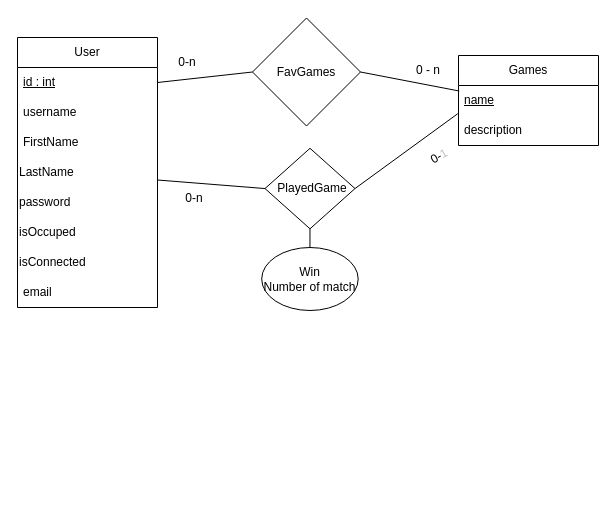
Before: BDD-schema.drawio in tagadouille/site-de-jeu, a draw.io diagram. Source tidied: cells renumbered, new cells numbered last; positions are measured from the earlier drawing's top-left corner, leaving out a move shared by most shapes. Both pictures are drawn from the tidied source at 100%, with x=0, y=0 at pixel (17, 17).
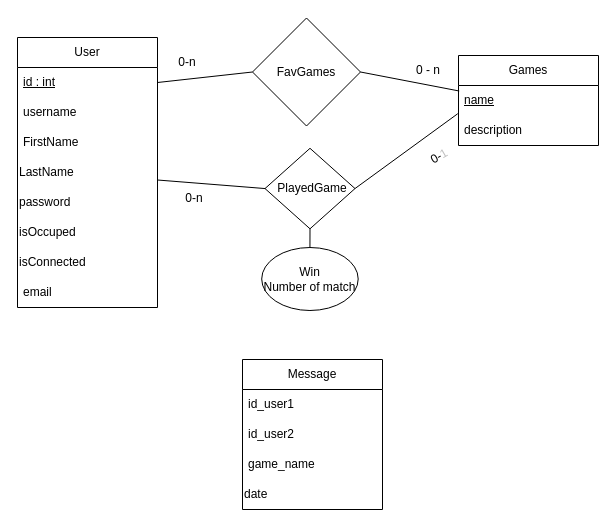
Above is the later version.

Change to the diagram source:
```diff
@@
+    <mxCell id="27" value="Message" style="swimlane;fontStyle=0;horizontal=1;startSize=30;whiteSpace=wrap;html=1;" parent="1" vertex="1">
+      <mxGeometry x="225" y="342" width="140" height="150" as="geometry" />
+    </mxCell>
+    <mxCell id="28" value="id_user1" style="text;strokeColor=none;fillColor=none;align=left;verticalAlign=middle;spacingLeft=4;spacingRight=4;overflow=hidden;whiteSpace=wrap;html=1;" parent="27" vertex="1">
+      <mxGeometry y="30" width="140" height="30" as="geometry" />
+    </mxCell>
+    <mxCell id="29" value="id_user2" style="text;strokeColor=none;fillColor=none;align=left;verticalAlign=middle;spacingLeft=4;spacingRight=4;overflow=hidden;whiteSpace=wrap;html=1;" parent="27" vertex="1">
+      <mxGeometry y="60" width="140" height="30" as="geometry" />
+    </mxCell>
+    <mxCell id="30" value="game_name" style="text;strokeColor=none;fillColor=none;align=left;verticalAlign=middle;spacingLeft=4;spacingRight=4;overflow=hidden;whiteSpace=wrap;html=1;" parent="27" vertex="1">
+      <mxGeometry y="90" width="140" height="30" as="geometry" />
+    </mxCell>
+    <mxCell id="31" value="date" style="text;html=1;align=left;verticalAlign=middle;whiteSpace=wrap;rounded=0;" parent="27" vertex="1">
+      <mxGeometry y="120" width="140" height="30" as="geometry" />
+    </mxCell>
```
